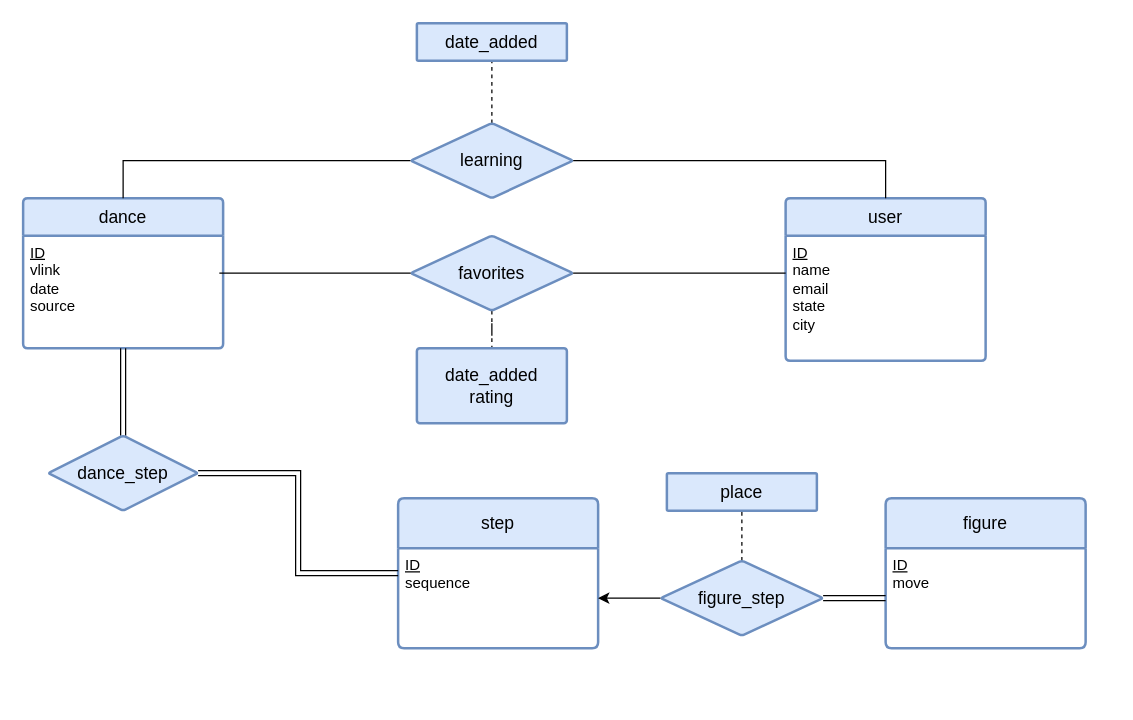
Earlier version of the draw.io diagram P2/dances.drawio (Lhawks202/Query_Curious). Source tidied: cells renumbered, new cells numbered last; positions are measured from the earlier drawing's top-left corner, leaving out a move shared by most shapes. Both pictures are drawn from the tidied source at 125%, with x=0, y=0 at pixel (22, 22).
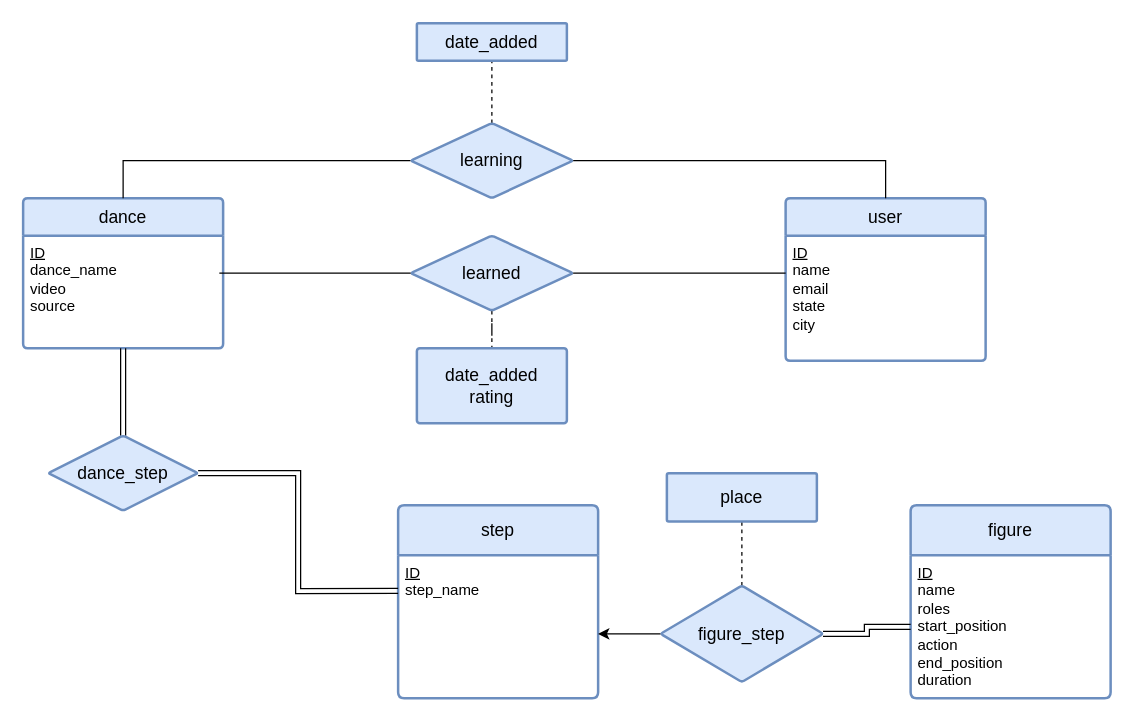
The same page after the edit.

The change refers to these unchanged cells:
```xml
<mxCell id="2" value="dance" style="swimlane;horizontal=1;startSize=30;rounded=1;fontSize=14;fontStyle=0;strokeWidth=2;shadow=0;dashed=0;align=center;arcSize=4;whiteSpace=wrap;html=1;fillColor=#dae8fc;strokeColor=#6c8ebf;" parent="1" vertex="1">
  <mxGeometry y="140" width="160" height="120" as="geometry" />
</mxCell>
<mxCell id="15" style="group;" parent="1" vertex="1">
  <mxGeometry x="310" width="460" height="320" as="geometry" />
</mxCell>
```

What changed in the source:
```diff
@@
-    <mxCell id="3" value="&lt;div&gt;&lt;u style=&quot;background-color: transparent; color: light-dark(rgb(0, 0, 0), rgb(255, 255, 255));&quot;&gt;ID&lt;/u&gt;&lt;/div&gt;&lt;div&gt;&lt;div&gt;vlink&lt;/div&gt;&lt;div&gt;date&lt;/div&gt;&lt;div&gt;source&lt;/div&gt;&lt;/div&gt;" style="align=left;strokeColor=none;fillColor=none;spacingLeft=4;spacingRight=4;fontSize=12;verticalAlign=top;html=1;whiteSpace=wrap;" parent="2" vertex="1">
+    <mxCell id="3" value="&lt;div&gt;&lt;u style=&quot;background-color: transparent; color: light-dark(rgb(0, 0, 0), rgb(255, 255, 255));&quot;&gt;ID&lt;/u&gt;&lt;/div&gt;&lt;div&gt;&lt;div&gt;dance_name&lt;/div&gt;&lt;div&gt;video&lt;/div&gt;&lt;div&gt;source&lt;/div&gt;&lt;/div&gt;" style="align=left;strokeColor=none;fillColor=none;spacingLeft=4;spacingRight=4;fontSize=12;verticalAlign=top;html=1;whiteSpace=wrap;" parent="2" vertex="1">
       <mxGeometry y="30" width="160" height="90" as="geometry" />
     </mxCell>
     <mxCell id="4" style="group;" parent="1" vertex="1">
-      <mxGeometry x="300" y="360" width="550" height="140" as="geometry" />
+      <mxGeometry x="300" y="360" width="550" height="180" as="geometry" />
     </mxCell>
     <mxCell id="5" value="step" style="swimlane;horizontal=1;startSize=40;rounded=1;fontSize=14;fontStyle=0;strokeWidth=2;shadow=0;dashed=0;align=center;arcSize=4;whiteSpace=wrap;html=1;fillColor=#dae8fc;strokeColor=#6c8ebf;" parent="4" vertex="1">
-      <mxGeometry y="20" width="160" height="120" as="geometry" />
+      <mxGeometry y="25.7" width="160" height="154.3" as="geometry" />
     </mxCell>
-    <mxCell id="6" value="&lt;u&gt;ID&lt;/u&gt;&lt;div&gt;sequence&lt;/div&gt;" style="align=left;strokeColor=none;fillColor=none;spacingLeft=4;spacingRight=4;fontSize=12;verticalAlign=top;html=1;whiteSpace=wrap;" parent="5" vertex="1">
-      <mxGeometry y="40" width="160" height="80" as="geometry" />
+    <mxCell id="6" value="&lt;u&gt;ID&lt;/u&gt;&lt;div&gt;step_name&lt;/div&gt;" style="align=left;strokeColor=none;fillColor=none;spacingLeft=4;spacingRight=4;fontSize=12;verticalAlign=top;html=1;whiteSpace=wrap;" parent="5" vertex="1">
+      <mxGeometry y="40" width="160" height="114.3" as="geometry" />
     </mxCell>
     <mxCell id="7" value="figure" style="swimlane;horizontal=1;startSize=40;rounded=1;fontSize=14;fontStyle=0;strokeWidth=2;shadow=0;dashed=0;align=center;arcSize=4;whiteSpace=wrap;html=1;fillColor=#dae8fc;strokeColor=#6c8ebf;" parent="4" vertex="1">
-      <mxGeometry x="390" y="20" width="160" height="120" as="geometry" />
+      <mxGeometry x="410" y="25.7" width="160" height="154.3" as="geometry" />
     </mxCell>
-    <mxCell id="8" value="&lt;u&gt;ID&lt;/u&gt;&lt;div&gt;move&lt;/div&gt;" style="align=left;strokeColor=none;fillColor=none;spacingLeft=4;spacingRight=4;fontSize=12;verticalAlign=top;html=1;whiteSpace=wrap;" parent="7" vertex="1">
-      <mxGeometry y="40" width="160" height="80" as="geometry" />
+    <mxCell id="8" value="&lt;u&gt;ID&lt;/u&gt;&lt;div&gt;&lt;div&gt;name&lt;/div&gt;&lt;div&gt;&lt;span style=&quot;background-color: transparent; color: light-dark(rgb(0, 0, 0), rgb(255, 255, 255));&quot;&gt;roles&lt;/span&gt;&lt;/div&gt;&lt;div&gt;&lt;span style=&quot;background-color: transparent; color: light-dark(rgb(0, 0, 0), rgb(255, 255, 255));&quot;&gt;start_position&amp;nbsp;&lt;/span&gt;&lt;/div&gt;&lt;div&gt;&lt;span style=&quot;background-color: transparent; color: light-dark(rgb(0, 0, 0), rgb(255, 255, 255));&quot;&gt;action&lt;/span&gt;&lt;/div&gt;&lt;div&gt;&lt;span style=&quot;background-color: transparent; color: light-dark(rgb(0, 0, 0), rgb(255, 255, 255));&quot;&gt;end_position&lt;/span&gt;&lt;/div&gt;&lt;div&gt;&lt;span style=&quot;background-color: transparent; color: light-dark(rgb(0, 0, 0), rgb(255, 255, 255));&quot;&gt;duration&lt;/span&gt;&lt;/div&gt;&lt;/div&gt;" style="align=left;strokeColor=none;fillColor=none;spacingLeft=4;spacingRight=4;fontSize=12;verticalAlign=top;html=1;whiteSpace=wrap;" parent="7" vertex="1">
+      <mxGeometry y="40" width="160" height="114.3" as="geometry" />
     </mxCell>
     <mxCell id="9" style="group;" parent="4" vertex="1">
-      <mxGeometry x="160" width="180" height="130" as="geometry" />
+      <mxGeometry x="160" width="180" height="167.1" as="geometry" />
     </mxCell>
     <mxCell id="10" style="edgeStyle=orthogonalEdgeStyle;rounded=0;jettySize=auto;html=1;fontFamily=Helvetica;fontSize=14;fontColor=default;fontStyle=0;horizontal=1;" parent="9" edge="1" source="12">
       <mxGeometry relative="1" as="geometry">
-        <mxPoint y="100" as="targetPoint" />
+        <mxPoint y="128.6" as="targetPoint" />
       </mxGeometry>
     </mxCell>
@@
     <mxCell id="12" value="figure_step" style="shape=rhombus;perimeter=rhombusPerimeter;whiteSpace=wrap;html=1;align=center;rounded=1;shadow=0;dashed=0;strokeColor=#6c8ebf;strokeWidth=2;verticalAlign=middle;arcSize=4;fontFamily=Helvetica;fontSize=14;fontColor=default;fontStyle=0;horizontal=1;fillColor=#dae8fc;" parent="9" vertex="1">
-      <mxGeometry x="50" y="70" width="130" height="60" as="geometry" />
+      <mxGeometry x="50" y="90" width="130" height="77.1" as="geometry" />
     </mxCell>
     <mxCell id="13" value="place" style="whiteSpace=wrap;html=1;fontSize=14;fillColor=#dae8fc;strokeColor=#6c8ebf;rounded=1;shadow=0;dashed=0;strokeWidth=2;arcSize=4;fontStyle=0;horizontal=1;" parent="9" vertex="1">
-      <mxGeometry x="55" width="120" height="30" as="geometry" />
+      <mxGeometry x="55" width="120" height="38.6" as="geometry" />
     </mxCell>
@@
-    <mxCell id="24" value="favorites" style="shape=rhombus;perimeter=rhombusPerimeter;whiteSpace=wrap;html=1;align=center;rounded=1;shadow=0;dashed=0;strokeColor=#6c8ebf;strokeWidth=2;verticalAlign=middle;arcSize=4;fontFamily=Helvetica;fontSize=14;fontColor=default;fontStyle=0;horizontal=1;fillColor=#dae8fc;" parent="15" vertex="1">
+    <mxCell id="24" value="learned" style="shape=rhombus;perimeter=rhombusPerimeter;whiteSpace=wrap;html=1;align=center;rounded=1;shadow=0;dashed=0;strokeColor=#6c8ebf;strokeWidth=2;verticalAlign=middle;arcSize=4;fontFamily=Helvetica;fontSize=14;fontColor=default;fontStyle=0;horizontal=1;fillColor=#dae8fc;" parent="15" vertex="1">
       <mxGeometry y="170" width="130" height="60" as="geometry" />
     </mxCell>
```
